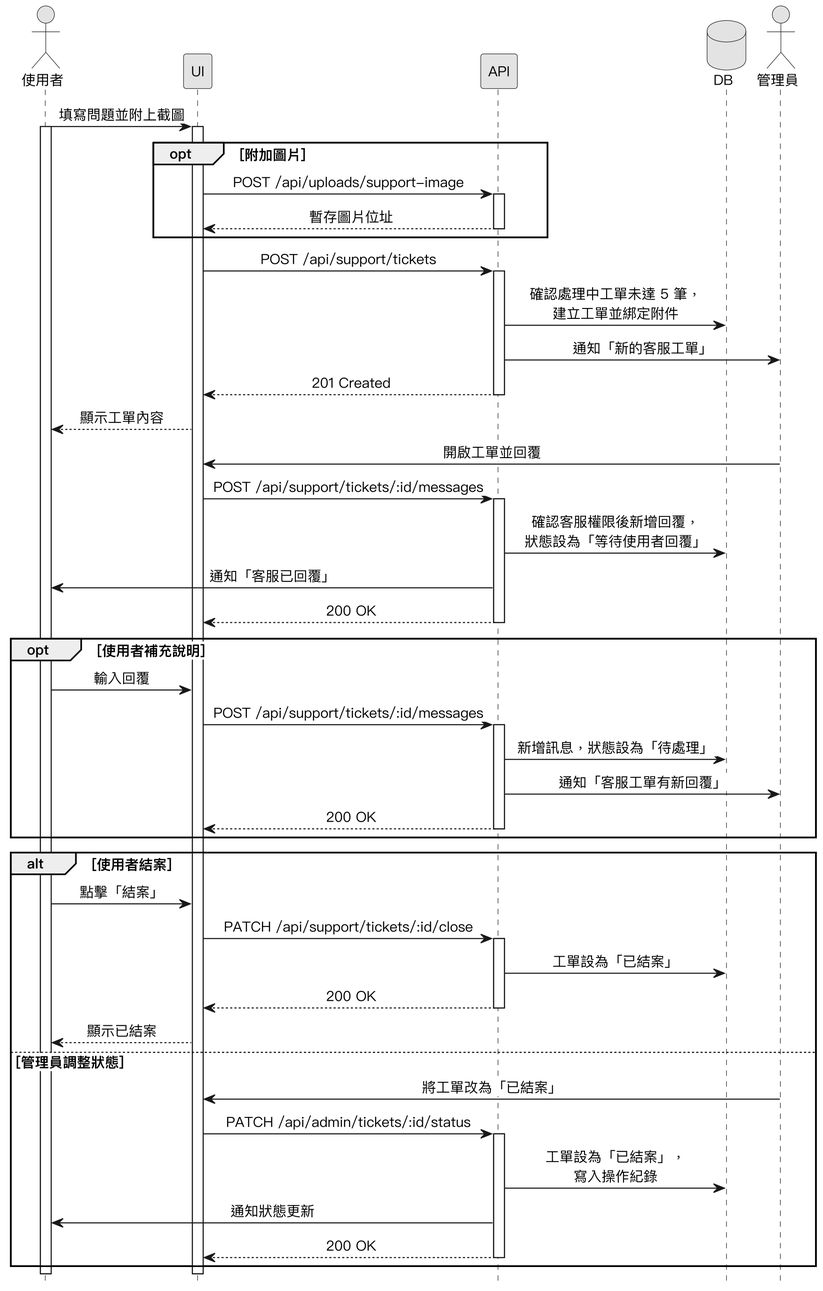
Before: Diagrams/Sequence Diagrams/v3/seq_support_ticket.png, a diagram exported from PlantUML (SaveMyBook/SaveMyBook).
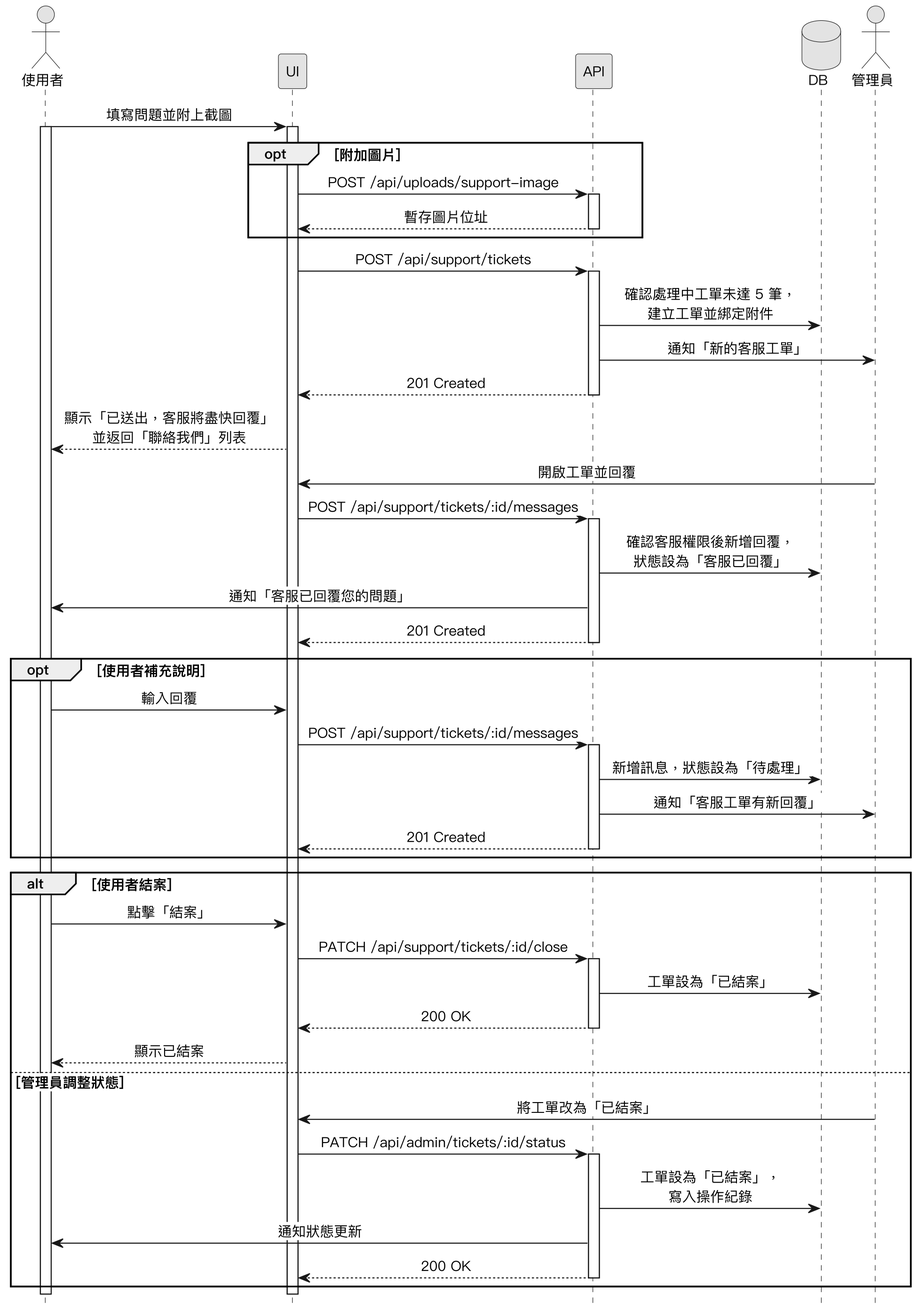
After the commit.

What changed in the source:
```diff
@@ -29,14 +29,14 @@
 API -> 管理員 : 通知「新的客服工單」
 API --> UI : 201 Created
 deactivate API
-UI --> 使用者 : 顯示工單內容
+UI --> 使用者 : 顯示「已送出，客服將盡快回覆」\n並返回「聯絡我們」列表
 
 管理員 -> UI : 開啟工單並回覆
 UI -> API : POST /api/support/tickets/:id/messages
 activate API
-API -> DB : 確認客服權限後新增回覆，\n狀態設為「等待使用者回覆」
-API -> 使用者 : 通知「客服已回覆」
-API --> UI : 200 OK
+API -> DB : 確認客服權限後新增回覆，\n狀態設為「客服已回覆」
+API -> 使用者 : 通知「客服已回覆您的問題」
+API --> UI : 201 Created
 deactivate API
 
 opt 使用者補充說明
@@ -45,7 +45,7 @@
   activate API
   API -> DB : 新增訊息，狀態設為「待處理」
   API -> 管理員 : 通知「客服工單有新回覆」
-  API --> UI : 200 OK
+  API --> UI : 201 Created
   deactivate API
 end
 
```
